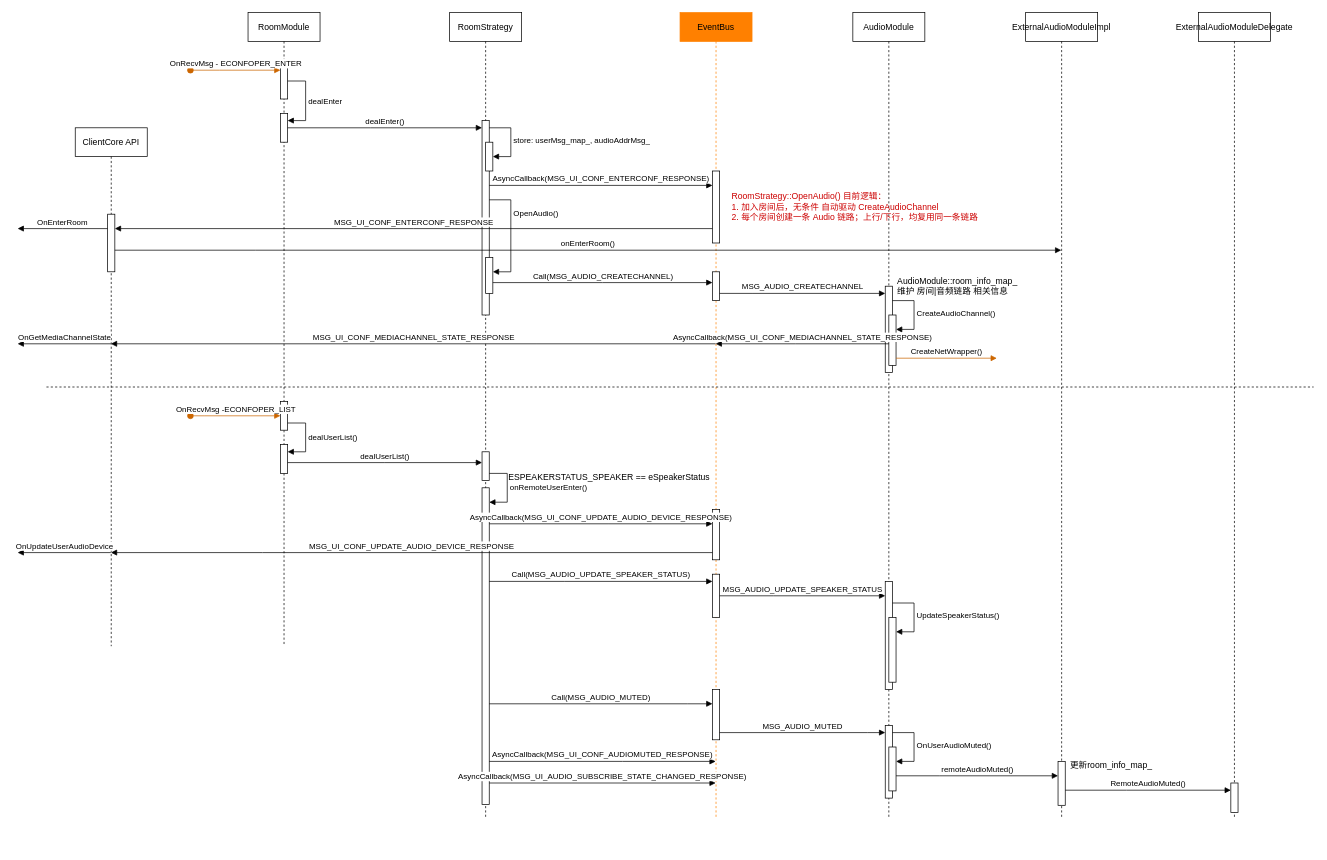
The draw.io diagram audio-channel.drawio in cnnop007/arch-docs, before the edit. Source tidied: cells renumbered, new cells numbered last; positions are measured from the earlier drawing's top-left corner, leaving out a move shared by most shapes. Both pictures are drawn from the tidied source at 72%, with x=0, y=0 at pixel (17, 12).
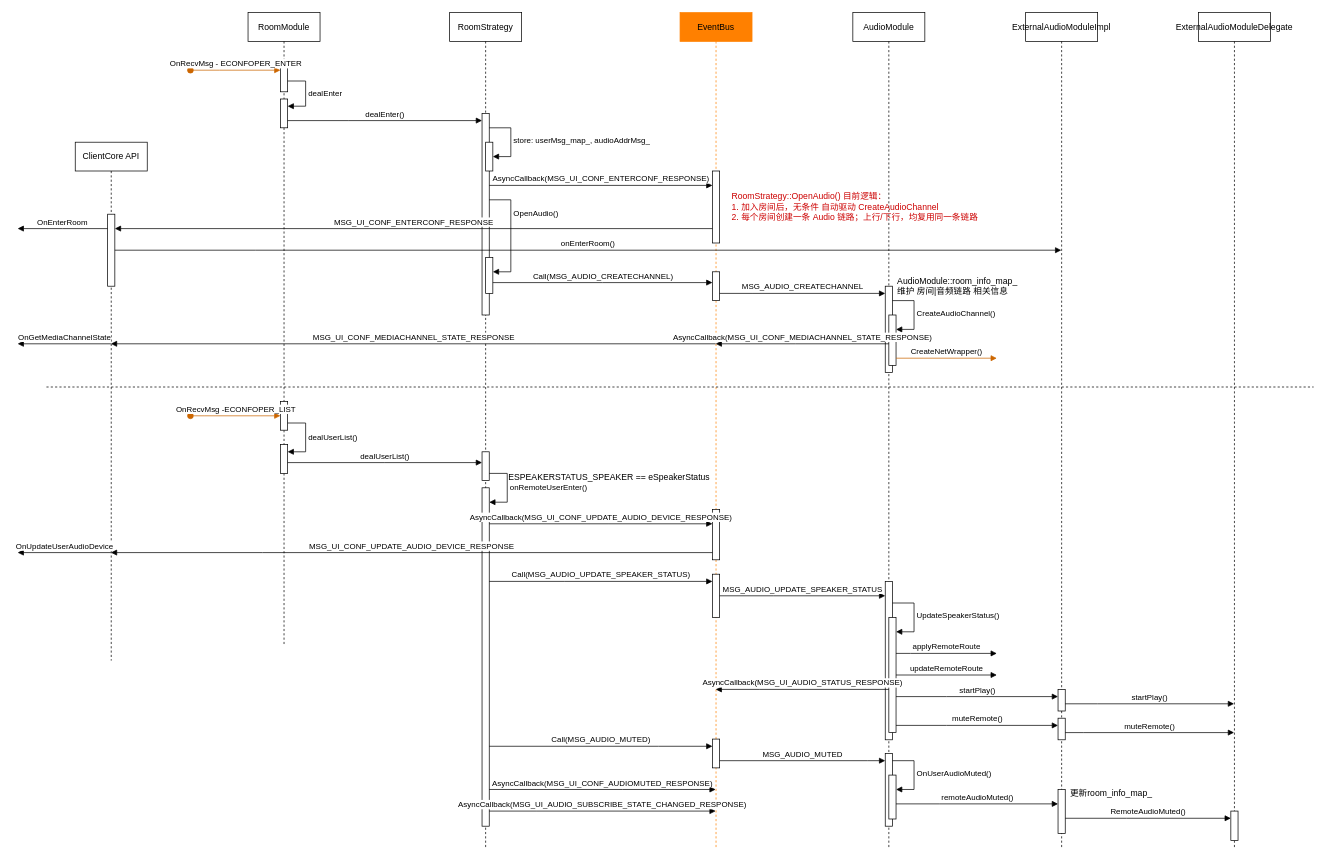
After the change.

The change refers to these unchanged cells:
```xml
<mxCell id="2" value="RoomModule" style="shape=umlLifeline;perimeter=lifelinePerimeter;whiteSpace=wrap;html=1;newEdgeStyle={&quot;edgeStyle&quot;:&quot;elbowEdgeStyle&quot;,&quot;elbow&quot;:&quot;vertical&quot;,&quot;curved&quot;:0,&quot;rounded&quot;:0};" parent="1" vertex="1">
  <mxGeometry x="320" width="100" height="880" as="geometry" />
</mxCell>
```

The edit, as a diff of the source:
```diff
@@
     <mxCell id="3" style="html=1;points=[];perimeter=orthogonalPerimeter;outlineConnect=0;targetShapes=umlLifeline;portConstraint=eastwest;newEdgeStyle={&quot;edgeStyle&quot;:&quot;elbowEdgeStyle&quot;,&quot;elbow&quot;:&quot;vertical&quot;,&quot;curved&quot;:0,&quot;rounded&quot;:0};" parent="2" vertex="1">
-      <mxGeometry x="45" y="70" width="10" height="50" as="geometry" />
+      <mxGeometry x="45" y="70" width="10" height="40" as="geometry" />
     </mxCell>
@@
     <mxCell id="5" style="html=1;points=[];perimeter=orthogonalPerimeter;outlineConnect=0;targetShapes=umlLifeline;portConstraint=eastwest;newEdgeStyle={&quot;edgeStyle&quot;:&quot;elbowEdgeStyle&quot;,&quot;elbow&quot;:&quot;vertical&quot;,&quot;curved&quot;:0,&quot;rounded&quot;:0};" parent="2" vertex="1">
-      <mxGeometry x="45" y="140" width="10" height="40" as="geometry" />
+      <mxGeometry x="45" y="120" width="10" height="40" as="geometry" />
     </mxCell>
     <mxCell id="6" value="dealEnter" style="html=1;align=left;spacingLeft=2;endArrow=block;rounded=0;edgeStyle=orthogonalEdgeStyle;curved=0;rounded=0;" parent="2" edge="1" source="3" target="5">
       <mxGeometry relative="1" as="geometry">
         <Array as="points">
           <mxPoint x="80" y="95" />
-          <mxPoint x="80" y="150" />
+          <mxPoint x="80" y="130" />
         </Array>
       </mxGeometry>
     </mxCell>
@@
     <mxCell id="10" value="RoomStrategy" style="shape=umlLifeline;perimeter=lifelinePerimeter;whiteSpace=wrap;html=1;newEdgeStyle={&quot;edgeStyle&quot;:&quot;elbowEdgeStyle&quot;,&quot;elbow&quot;:&quot;vertical&quot;,&quot;curved&quot;:0,&quot;rounded&quot;:0};" parent="1" vertex="1">
-      <mxGeometry x="600" width="100" height="1120" as="geometry" />
+      <mxGeometry x="600" width="100" height="1160" as="geometry" />
     </mxCell>
     <mxCell id="11" style="html=1;points=[];perimeter=orthogonalPerimeter;outlineConnect=0;targetShapes=umlLifeline;portConstraint=eastwest;newEdgeStyle={&quot;edgeStyle&quot;:&quot;elbowEdgeStyle&quot;,&quot;elbow&quot;:&quot;vertical&quot;,&quot;curved&quot;:0,&quot;rounded&quot;:0};" parent="10" vertex="1">
-      <mxGeometry x="45" y="150" width="10" height="270" as="geometry" />
+      <mxGeometry x="45" y="140" width="10" height="280" as="geometry" />
     </mxCell>
@@
     <mxCell id="17" style="html=1;points=[];perimeter=orthogonalPerimeter;outlineConnect=0;targetShapes=umlLifeline;portConstraint=eastwest;newEdgeStyle={&quot;edgeStyle&quot;:&quot;elbowEdgeStyle&quot;,&quot;elbow&quot;:&quot;vertical&quot;,&quot;curved&quot;:0,&quot;rounded&quot;:0};" parent="10" vertex="1">
-      <mxGeometry x="45" y="660" width="10" height="440" as="geometry" />
+      <mxGeometry x="45" y="660" width="10" height="470" as="geometry" />
     </mxCell>
@@
     <mxCell id="19" value="dealEnter()" style="html=1;verticalAlign=bottom;endArrow=block;edgeStyle=elbowEdgeStyle;elbow=vertical;curved=0;rounded=0;" parent="1" edge="1" source="5" target="11">
       <mxGeometry relative="1" as="geometry">
         <Array as="points">
+          <mxPoint x="460" y="150" />
           <mxPoint x="490" y="160" />
           <mxPoint x="425" y="80" />
         </Array>
       </mxGeometry>
     </mxCell>
     <mxCell id="20" value="EventBus" style="shape=umlLifeline;perimeter=lifelinePerimeter;whiteSpace=wrap;html=1;outlineConnect=0;portConstraint=eastwest;newEdgeStyle={&quot;edgeStyle&quot;:&quot;elbowEdgeStyle&quot;,&quot;elbow&quot;:&quot;vertical&quot;,&quot;curved&quot;:0,&quot;rounded&quot;:0};strokeColor=#FF8000;fillColor=#FF8000;fontColor=#000000;" parent="1" vertex="1">
-      <mxGeometry x="920" width="100" height="1120" as="geometry" />
+      <mxGeometry x="920" width="100" height="1160" as="geometry" />
     </mxCell>
@@
     <mxCell id="25" style="html=1;points=[];perimeter=orthogonalPerimeter;outlineConnect=0;targetShapes=umlLifeline;portConstraint=eastwest;newEdgeStyle={&quot;edgeStyle&quot;:&quot;elbowEdgeStyle&quot;,&quot;elbow&quot;:&quot;vertical&quot;,&quot;curved&quot;:0,&quot;rounded&quot;:0};" parent="20" vertex="1">
-      <mxGeometry x="45" y="940" width="10" height="70" as="geometry" />
+      <mxGeometry x="45" y="1009" width="10" height="40" as="geometry" />
     </mxCell>
@@
     <mxCell id="27" value="ExternalAudioModuleImpl" style="shape=umlLifeline;perimeter=lifelinePerimeter;whiteSpace=wrap;html=1;outlineConnect=0;portConstraint=eastwest;newEdgeStyle={&quot;edgeStyle&quot;:&quot;elbowEdgeStyle&quot;,&quot;elbow&quot;:&quot;vertical&quot;,&quot;curved&quot;:0,&quot;rounded&quot;:0};" parent="1" vertex="1">
-      <mxGeometry x="1400" width="100" height="1120" as="geometry" />
+      <mxGeometry x="1400" width="100" height="1160" as="geometry" />
     </mxCell>
     <mxCell id="28" style="html=1;points=[];perimeter=orthogonalPerimeter;outlineConnect=0;targetShapes=umlLifeline;portConstraint=eastwest;newEdgeStyle={&quot;edgeStyle&quot;:&quot;elbowEdgeStyle&quot;,&quot;elbow&quot;:&quot;vertical&quot;,&quot;curved&quot;:0,&quot;rounded&quot;:0};" parent="27" vertex="1">
-      <mxGeometry x="45" y="1040" width="10" height="61" as="geometry" />
+      <mxGeometry x="45" y="1079" width="10" height="61" as="geometry" />
     </mxCell>
+    <mxCell id="70" style="html=1;points=[];perimeter=orthogonalPerimeter;outlineConnect=0;targetShapes=umlLifeline;portConstraint=eastwest;newEdgeStyle={&quot;edgeStyle&quot;:&quot;elbowEdgeStyle&quot;,&quot;elbow&quot;:&quot;vertical&quot;,&quot;curved&quot;:0,&quot;rounded&quot;:0};" parent="27" vertex="1">
+      <mxGeometry x="45" y="940" width="10" height="30" as="geometry" />
+    </mxCell>
+    <mxCell id="71" style="html=1;points=[];perimeter=orthogonalPerimeter;outlineConnect=0;targetShapes=umlLifeline;portConstraint=eastwest;newEdgeStyle={&quot;edgeStyle&quot;:&quot;elbowEdgeStyle&quot;,&quot;elbow&quot;:&quot;vertical&quot;,&quot;curved&quot;:0,&quot;rounded&quot;:0};" parent="27" vertex="1">
+      <mxGeometry x="45" y="980" width="10" height="30" as="geometry" />
+    </mxCell>
     <mxCell id="29" value="ClientCore API" style="shape=umlLifeline;perimeter=lifelinePerimeter;whiteSpace=wrap;html=1;outlineConnect=0;portConstraint=eastwest;newEdgeStyle={&quot;edgeStyle&quot;:&quot;elbowEdgeStyle&quot;,&quot;elbow&quot;:&quot;vertical&quot;,&quot;curved&quot;:0,&quot;rounded&quot;:0};" parent="1" vertex="1">
-      <mxGeometry x="80" y="160" width="100" height="720" as="geometry" />
+      <mxGeometry x="80" y="180" width="100" height="720" as="geometry" />
     </mxCell>
     <mxCell id="30" style="html=1;points=[];perimeter=orthogonalPerimeter;outlineConnect=0;targetShapes=umlLifeline;portConstraint=eastwest;newEdgeStyle={&quot;edgeStyle&quot;:&quot;elbowEdgeStyle&quot;,&quot;elbow&quot;:&quot;vertical&quot;,&quot;curved&quot;:0,&quot;rounded&quot;:0};" parent="29" vertex="1">
-      <mxGeometry x="45" y="120" width="10" height="80" as="geometry" />
+      <mxGeometry x="45" y="100" width="10" height="100" as="geometry" />
     </mxCell>
@@
     <mxCell id="35" value="AudioModule" style="shape=umlLifeline;perimeter=lifelinePerimeter;whiteSpace=wrap;html=1;newEdgeStyle={&quot;edgeStyle&quot;:&quot;elbowEdgeStyle&quot;,&quot;elbow&quot;:&quot;vertical&quot;,&quot;curved&quot;:0,&quot;rounded&quot;:0};" parent="1" vertex="1">
-      <mxGeometry x="1160" width="100" height="1120" as="geometry" />
+      <mxGeometry x="1160" width="100" height="1160" as="geometry" />
     </mxCell>
@@
     <mxCell id="39" style="html=1;points=[];perimeter=orthogonalPerimeter;outlineConnect=0;targetShapes=umlLifeline;portConstraint=eastwest;newEdgeStyle={&quot;edgeStyle&quot;:&quot;elbowEdgeStyle&quot;,&quot;elbow&quot;:&quot;vertical&quot;,&quot;curved&quot;:0,&quot;rounded&quot;:0};" parent="35" vertex="1">
-      <mxGeometry x="45" y="790" width="10" height="150" as="geometry" />
+      <mxGeometry x="45" y="790" width="10" height="220" as="geometry" />
     </mxCell>
     <mxCell id="40" style="html=1;points=[];perimeter=orthogonalPerimeter;outlineConnect=0;targetShapes=umlLifeline;portConstraint=eastwest;newEdgeStyle={&quot;edgeStyle&quot;:&quot;elbowEdgeStyle&quot;,&quot;elbow&quot;:&quot;vertical&quot;,&quot;curved&quot;:0,&quot;rounded&quot;:0};" parent="35" vertex="1">
-      <mxGeometry x="50" y="840" width="10" height="90" as="geometry" />
+      <mxGeometry x="50" y="840" width="10" height="160" as="geometry" />
     </mxCell>
@@
     <mxCell id="42" style="html=1;points=[];perimeter=orthogonalPerimeter;outlineConnect=0;targetShapes=umlLifeline;portConstraint=eastwest;newEdgeStyle={&quot;edgeStyle&quot;:&quot;elbowEdgeStyle&quot;,&quot;elbow&quot;:&quot;vertical&quot;,&quot;curved&quot;:0,&quot;rounded&quot;:0};" parent="35" vertex="1">
-      <mxGeometry x="45" y="990" width="10" height="101" as="geometry" />
+      <mxGeometry x="45" y="1029" width="10" height="101" as="geometry" />
     </mxCell>
     <mxCell id="43" style="html=1;points=[];perimeter=orthogonalPerimeter;outlineConnect=0;targetShapes=umlLifeline;portConstraint=eastwest;newEdgeStyle={&quot;edgeStyle&quot;:&quot;elbowEdgeStyle&quot;,&quot;elbow&quot;:&quot;vertical&quot;,&quot;curved&quot;:0,&quot;rounded&quot;:0};" parent="35" vertex="1">
-      <mxGeometry x="50" y="1020" width="10" height="61" as="geometry" />
+      <mxGeometry x="50" y="1059" width="10" height="61" as="geometry" />
     </mxCell>
     <mxCell id="44" value="OnUserAudioMuted()" style="html=1;align=left;spacingLeft=2;endArrow=block;rounded=0;edgeStyle=orthogonalEdgeStyle;curved=0;rounded=0;" parent="35" edge="1" source="42" target="43">
       <mxGeometry relative="1" as="geometry">
         <Array as="points">
-          <mxPoint x="85" y="1000" />
-          <mxPoint x="85" y="1040" />
+          <mxPoint x="85" y="1039" />
+          <mxPoint x="85" y="1079" />
         </Array>
       </mxGeometry>
     </mxCell>
@@
     <mxCell id="61" value="Call(MSG_AUDIO_MUTED)" style="html=1;verticalAlign=bottom;endArrow=block;edgeStyle=elbowEdgeStyle;elbow=vertical;curved=0;rounded=0;" parent="1" edge="1" target="25">
       <mxGeometry relative="1" as="geometry">
-        <mxPoint x="655" y="960" as="sourcePoint" />
+        <mxPoint x="655" y="1019" as="sourcePoint" />
         <Array as="points">
-          <mxPoint x="930" y="960" />
-          <mxPoint x="900" y="940" />
-          <mxPoint x="920" y="930" />
-          <mxPoint x="900" y="920" />
-          <mxPoint x="830" y="900" />
+          <mxPoint x="890" y="1019" />
+          <mxPoint x="930" y="999" />
+          <mxPoint x="900" y="979" />
+          <mxPoint x="920" y="969" />
+          <mxPoint x="900" y="959" />
+          <mxPoint x="830" y="939" />
         </Array>
       </mxGeometry>
     </mxCell>
     <mxCell id="62" value="MSG_AUDIO_MUTED" style="html=1;verticalAlign=bottom;endArrow=block;edgeStyle=elbowEdgeStyle;elbow=vertical;curved=0;rounded=0;" parent="1" edge="1" target="42">
       <mxGeometry relative="1" as="geometry">
-        <mxPoint x="975" y="1000" as="sourcePoint" />
+        <mxPoint x="975" y="1039" as="sourcePoint" />
         <Array as="points">
-          <mxPoint x="1180" y="1000" />
+          <mxPoint x="1180" y="1039" />
         </Array>
       </mxGeometry>
     </mxCell>
     <mxCell id="63" value="更新room_info_map_" style="text;html=1;align=left;verticalAlign=middle;strokeColor=none;fillColor=none;" parent="1" vertex="1">
-      <mxGeometry x="1460" y="1030" width="140" height="30" as="geometry" />
+      <mxGeometry x="1460" y="1069" width="140" height="30" as="geometry" />
     </mxCell>
     <mxCell id="64" value="remoteAudioMuted()" style="html=1;verticalAlign=bottom;endArrow=block;edgeStyle=elbowEdgeStyle;elbow=vertical;curved=0;rounded=0;" parent="1" edge="1" source="43" target="28">
       <mxGeometry relative="1" as="geometry">
         <Array as="points">
-          <mxPoint x="1280" y="1060" />
+          <mxPoint x="1280" y="1099" />
         </Array>
       </mxGeometry>
     </mxCell>
     <mxCell id="65" value="ExternalAudioModuleDelegate" style="shape=umlLifeline;perimeter=lifelinePerimeter;whiteSpace=wrap;html=1;outlineConnect=0;portConstraint=eastwest;newEdgeStyle={&quot;edgeStyle&quot;:&quot;elbowEdgeStyle&quot;,&quot;elbow&quot;:&quot;vertical&quot;,&quot;curved&quot;:0,&quot;rounded&quot;:0};" parent="1" vertex="1">
-      <mxGeometry x="1640" width="100" height="1120" as="geometry" />
+      <mxGeometry x="1640" width="100" height="1160" as="geometry" />
     </mxCell>
     <mxCell id="66" style="html=1;points=[];perimeter=orthogonalPerimeter;outlineConnect=0;targetShapes=umlLifeline;portConstraint=eastwest;newEdgeStyle={&quot;edgeStyle&quot;:&quot;elbowEdgeStyle&quot;,&quot;elbow&quot;:&quot;vertical&quot;,&quot;curved&quot;:0,&quot;rounded&quot;:0};" parent="65" vertex="1">
-      <mxGeometry x="45" y="1070" width="10" height="41" as="geometry" />
+      <mxGeometry x="45" y="1109" width="10" height="41" as="geometry" />
     </mxCell>
     <mxCell id="67" value="RemoteAudioMuted()" style="html=1;verticalAlign=bottom;endArrow=block;edgeStyle=elbowEdgeStyle;elbow=vertical;curved=0;rounded=0;" parent="1" edge="1" source="28" target="66">
       <mxGeometry relative="1" as="geometry">
         <Array as="points">
-          <mxPoint x="1540" y="1080" />
+          <mxPoint x="1540" y="1119" />
         </Array>
       </mxGeometry>
     </mxCell>
     <mxCell id="68" value="AsyncCallback(MSG_UI_CONF_AUDIOMUTED_RESPONSE)" style="html=1;verticalAlign=bottom;endArrow=block;edgeStyle=elbowEdgeStyle;elbow=vertical;curved=0;rounded=0;" parent="1" edge="1">
       <mxGeometry relative="1" as="geometry">
-        <mxPoint x="655" y="1040" as="sourcePoint" />
-        <mxPoint x="969.5" y="1040" as="targetPoint" />
+        <mxPoint x="655" y="1079" as="sourcePoint" />
+        <mxPoint x="969.5" y="1079" as="targetPoint" />
         <Array as="points">
-          <mxPoint x="840" y="1040" />
-          <mxPoint x="730" y="1070" />
+          <mxPoint x="840" y="1079" />
+          <mxPoint x="730" y="1109" />
         </Array>
       </mxGeometry>
     </mxCell>
     <mxCell id="69" value="AsyncCallback(MSG_UI_AUDIO_SUBSCRIBE_STATE_CHANGED_RESPONSE)" style="html=1;verticalAlign=bottom;endArrow=block;edgeStyle=elbowEdgeStyle;elbow=vertical;curved=0;rounded=0;" parent="1" edge="1">
       <mxGeometry relative="1" as="geometry">
-        <mxPoint x="655" y="1070" as="sourcePoint" />
-        <mxPoint x="969.5" y="1070" as="targetPoint" />
+        <mxPoint x="655" y="1109" as="sourcePoint" />
+        <mxPoint x="969.5" y="1109" as="targetPoint" />
         <Array as="points">
-          <mxPoint x="720" y="1070" />
+          <mxPoint x="720" y="1109" />
         </Array>
       </mxGeometry>
     </mxCell>
+    <mxCell id="72" value="applyRemoteRoute" style="html=1;verticalAlign=bottom;endArrow=block;edgeStyle=elbowEdgeStyle;elbow=vertical;curved=0;rounded=0;" parent="1" edge="1" source="40">
+      <mxGeometry relative="1" as="geometry">
+        <mxPoint x="1360" y="890" as="targetPoint" />
+        <Array as="points">
+          <mxPoint x="1240" y="890" />
+        </Array>
+      </mxGeometry>
+    </mxCell>
+    <mxCell id="73" value="updateRemoteRoute" style="html=1;verticalAlign=bottom;endArrow=block;edgeStyle=elbowEdgeStyle;elbow=vertical;curved=0;rounded=0;" parent="1" edge="1" source="40">
+      <mxGeometry relative="1" as="geometry">
+        <mxPoint x="1360" y="920" as="targetPoint" />
+        <Array as="points">
+          <mxPoint x="1270" y="920" />
+        </Array>
+      </mxGeometry>
+    </mxCell>
+    <mxCell id="74" value="AsyncCallback(MSG_UI_AUDIO_STATUS_RESPONSE)" style="html=1;verticalAlign=bottom;endArrow=block;edgeStyle=elbowEdgeStyle;elbow=vertical;curved=0;rounded=0;" parent="1" edge="1" source="40" target="20">
+      <mxGeometry relative="1" as="geometry">
+        <Array as="points">
+          <mxPoint x="1030" y="940" />
+          <mxPoint x="1180" y="930" />
+        </Array>
+      </mxGeometry>
+    </mxCell>
+    <mxCell id="75" value="startPlay()" style="html=1;verticalAlign=bottom;endArrow=block;edgeStyle=elbowEdgeStyle;elbow=vertical;curved=0;rounded=0;" parent="1" edge="1" source="40" target="70">
+      <mxGeometry relative="1" as="geometry">
+        <Array as="points">
+          <mxPoint x="1290" y="950" />
+        </Array>
+      </mxGeometry>
+    </mxCell>
+    <mxCell id="76" value="muteRemote()" style="html=1;verticalAlign=bottom;endArrow=block;edgeStyle=elbowEdgeStyle;elbow=vertical;curved=0;rounded=0;" parent="1" edge="1" source="40" target="71">
+      <mxGeometry relative="1" as="geometry">
+        <Array as="points">
+          <mxPoint x="1290" y="990" />
+        </Array>
+      </mxGeometry>
+    </mxCell>
+    <mxCell id="77" value="startPlay()" style="html=1;verticalAlign=bottom;endArrow=block;edgeStyle=elbowEdgeStyle;elbow=vertical;curved=0;rounded=0;" parent="1" edge="1" source="70" target="65">
+      <mxGeometry relative="1" as="geometry">
+        <Array as="points">
+          <mxPoint x="1500" y="960" />
+        </Array>
+      </mxGeometry>
+    </mxCell>
+    <mxCell id="78" value="muteRemote()" style="html=1;verticalAlign=bottom;endArrow=block;edgeStyle=elbowEdgeStyle;elbow=vertical;curved=0;rounded=0;" parent="1" edge="1" source="71" target="65">
+      <mxGeometry relative="1" as="geometry">
+        <Array as="points">
+          <mxPoint x="1480" y="1000" />
+        </Array>
+      </mxGeometry>
+    </mxCell>
```
